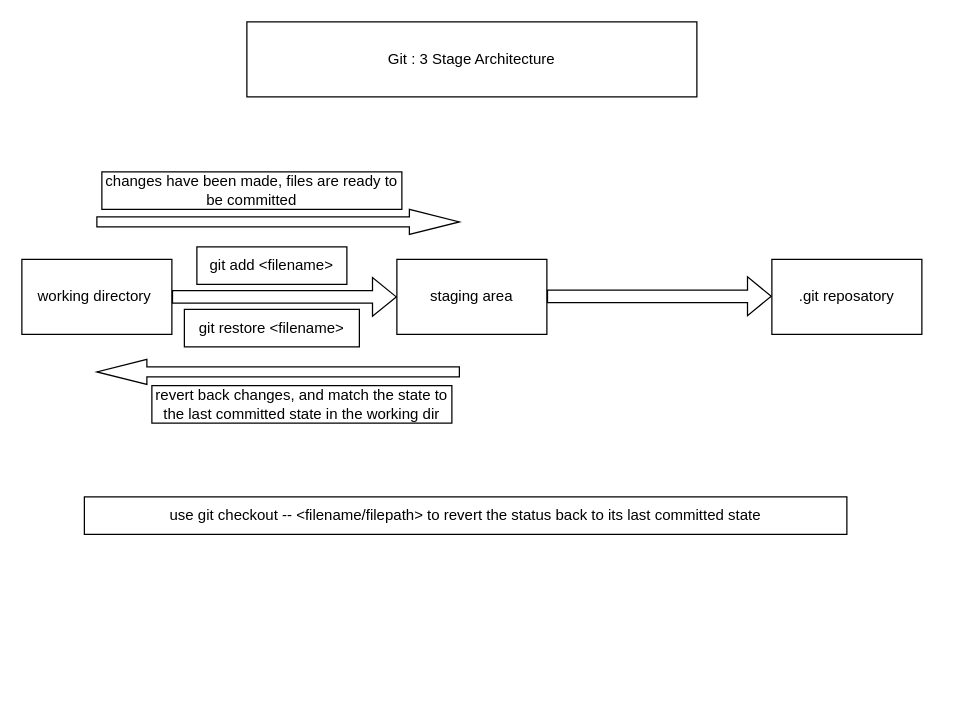
The draw.io diagram Git_architecture.drawio in mj111312/learning-Git, before the edit. Source tidied: cells renumbered, new cells numbered last; positions are measured from the earlier drawing's top-left corner, leaving out a move shared by most shapes. Both pictures are drawn from the tidied source at 125%, with x=0, y=0 at pixel (21, 21).
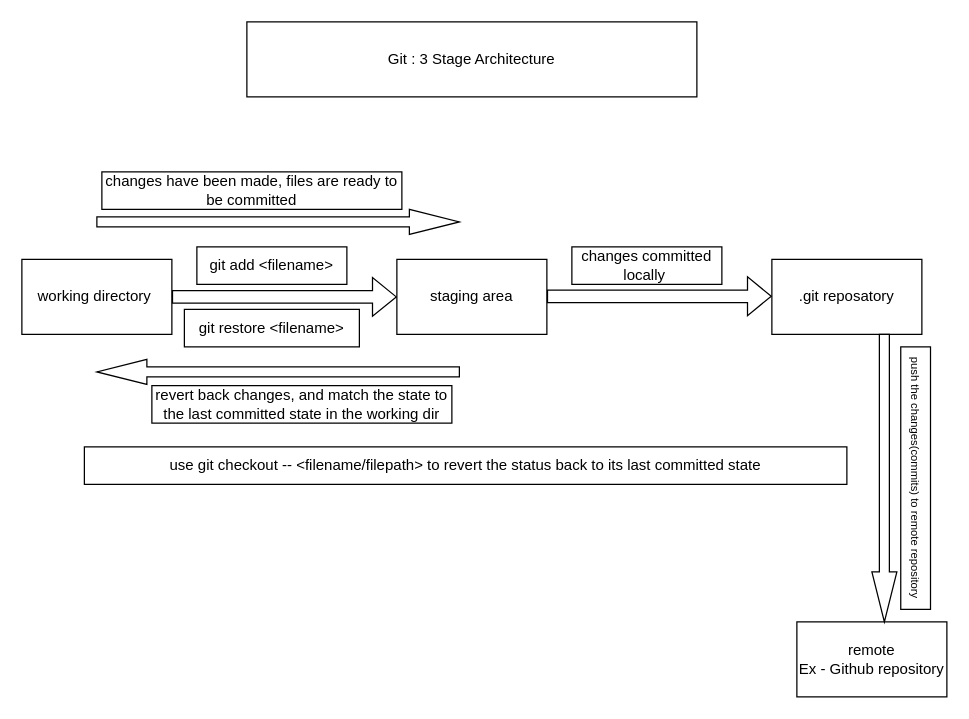
After the change.

Commit message (it also covers changes not shown here):
added info about pushing changes to remote

Diff of the diagram source:
```diff
@@
 <mxGraphModel>
   <root>
     <mxCell id="0" />
     <mxCell id="1" parent="0" />
     <mxCell id="2" value="working directory&amp;nbsp;" style="rounded=0;whiteSpace=wrap;html=1;" parent="1" vertex="1">
       <mxGeometry y="190" width="120" height="60" as="geometry" />
     </mxCell>
     <mxCell id="3" value="staging area" style="rounded=0;whiteSpace=wrap;html=1;" parent="1" vertex="1">
       <mxGeometry x="300" y="190" width="120" height="60" as="geometry" />
     </mxCell>
     <mxCell id="4" value=".git reposatory" style="rounded=0;whiteSpace=wrap;html=1;" parent="1" vertex="1">
       <mxGeometry x="600" y="190" width="120" height="60" as="geometry" />
     </mxCell>
     <mxCell id="5" style="shape=flexArrow;endArrow=classic;html=1;rounded=0;exitX=1;exitY=0.5;exitDx=0;exitDy=0;entryX=0;entryY=0.5;entryDx=0;entryDy=0;" parent="1" edge="1" source="2" target="3">
       <mxGeometry relative="1" as="geometry" />
     </mxCell>
     <mxCell id="6" style="shape=flexArrow;endArrow=classic;html=1;rounded=0;exitX=1;exitY=0.5;exitDx=0;exitDy=0;entryX=0;entryY=0.5;entryDx=0;entryDy=0;" parent="1" edge="1">
       <mxGeometry relative="1" as="geometry">
         <mxPoint x="420" y="219.5" as="sourcePoint" />
         <mxPoint x="600" y="219.5" as="targetPoint" />
       </mxGeometry>
     </mxCell>
     <mxCell id="7" value="Git : 3 Stage Architecture" style="rounded=0;whiteSpace=wrap;html=1;" parent="1" vertex="1">
       <mxGeometry x="180" width="360" height="60" as="geometry" />
     </mxCell>
     <mxCell id="8" value="git add &amp;lt;filename&amp;gt;" style="rounded=0;whiteSpace=wrap;html=1;" parent="1" vertex="1">
       <mxGeometry x="140" y="180" width="120" height="30" as="geometry" />
     </mxCell>
     <mxCell id="9" value="git restore &amp;lt;filename&amp;gt;" style="rounded=0;whiteSpace=wrap;html=1;" parent="1" vertex="1">
       <mxGeometry x="130" y="230" width="140" height="30" as="geometry" />
     </mxCell>
     <mxCell id="10" style="html=1;shadow=0;dashed=0;align=center;verticalAlign=middle;shape=mxgraph.arrows2.arrow;dy=0.6;dx=40;flipH=1;notch=0;" parent="1" vertex="1">
       <mxGeometry x="60" y="270" width="290" height="20" as="geometry" />
     </mxCell>
     <mxCell id="11" style="html=1;shadow=0;dashed=0;align=center;verticalAlign=middle;shape=mxgraph.arrows2.arrow;dy=0.6;dx=40;notch=0;" parent="1" vertex="1">
       <mxGeometry x="60" y="150" width="290" height="20" as="geometry" />
     </mxCell>
     <mxCell id="12" value="changes have been made, files are ready to be committed" style="rounded=0;whiteSpace=wrap;html=1;" parent="1" vertex="1">
       <mxGeometry x="64" y="120" width="240" height="30" as="geometry" />
     </mxCell>
     <mxCell id="13" value="revert back changes, and match the state to the last committed state in the working dir" style="rounded=0;whiteSpace=wrap;html=1;" parent="1" vertex="1">
       <mxGeometry x="104" y="291" width="240" height="30" as="geometry" />
     </mxCell>
     <mxCell id="14" value="use git checkout -- &amp;lt;filename/filepath&amp;gt; to revert the status back to its last committed state" style="rounded=0;whiteSpace=wrap;html=1;" parent="1" vertex="1">
-      <mxGeometry x="50" y="380" width="610" height="30" as="geometry" />
+      <mxGeometry x="50" y="340" width="610" height="30" as="geometry" />
     </mxCell>
+    <mxCell id="15" value="remote&lt;div&gt;Ex - Github repository&lt;/div&gt;" style="rounded=0;whiteSpace=wrap;html=1;" parent="1" vertex="1">
+      <mxGeometry x="620" y="480" width="120" height="60" as="geometry" />
+    </mxCell>
+    <mxCell id="16" style="html=1;shadow=0;dashed=0;align=center;verticalAlign=middle;shape=mxgraph.arrows2.arrow;dy=0.6;dx=40;direction=south;notch=0;" parent="1" vertex="1">
+      <mxGeometry x="680" y="250" width="20" height="230" as="geometry" />
+    </mxCell>
+    <mxCell id="17" value="changes committed locally&amp;nbsp;" style="rounded=0;whiteSpace=wrap;html=1;" parent="1" vertex="1">
+      <mxGeometry x="440" y="180" width="120" height="30" as="geometry" />
+    </mxCell>
+    <mxCell id="18" value="&lt;pre&gt;&lt;font style=&quot;font-size: 9px;&quot; face=&quot;Helvetica&quot;&gt;push the changes(commits) to remote repository&lt;/font&gt;&lt;/pre&gt;" style="rounded=0;whiteSpace=wrap;html=1;direction=south;flipH=1;rotation=90;" parent="1" vertex="1">
+      <mxGeometry x="610" y="353.1" width="210" height="23.8" as="geometry" />
+    </mxCell>
   </root>
 </mxGraphModel>
```
